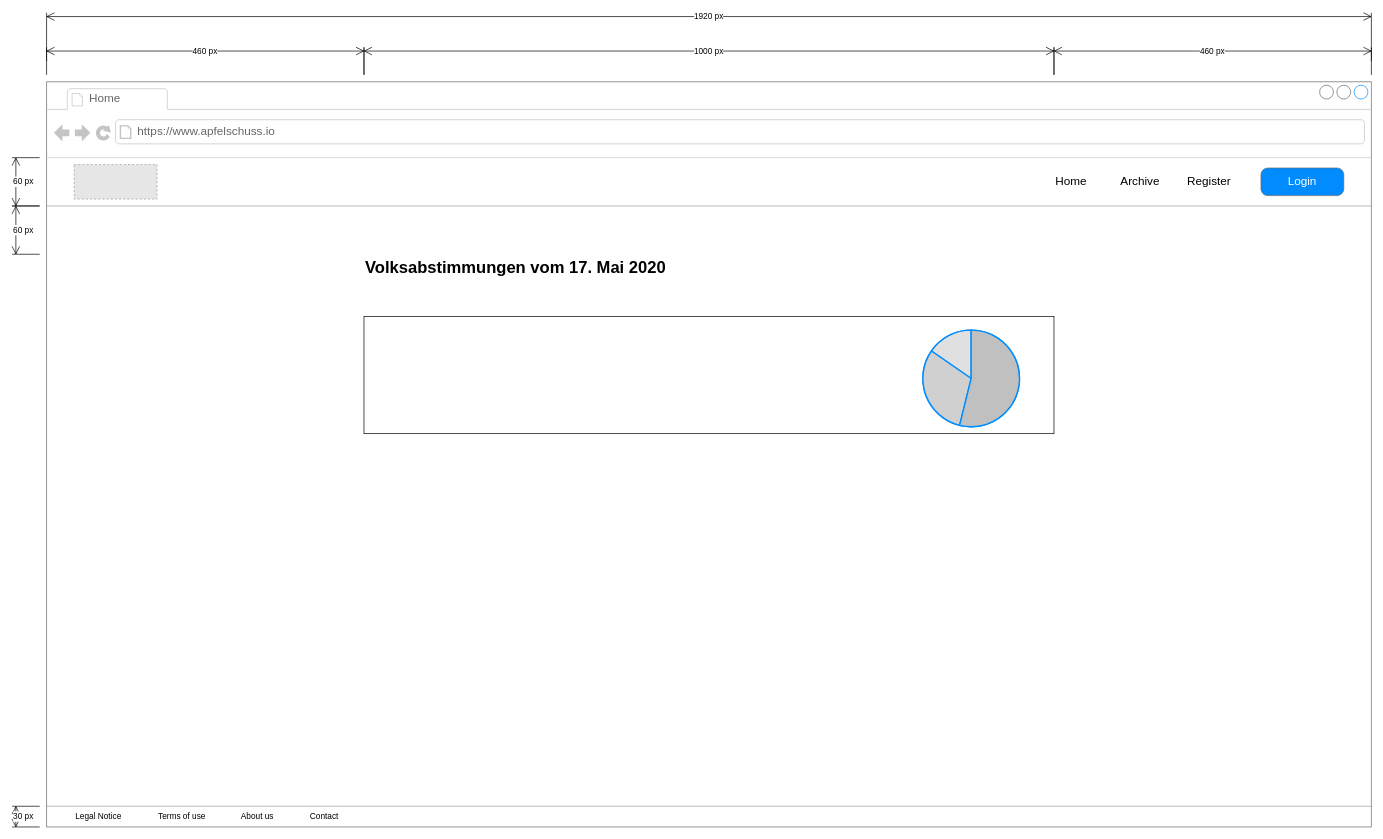
This is source/home.drawio from Apfelschuss/apfelschuss-wireframes, a draw.io file, before an edit. Source tidied: cells renumbered, new cells numbered last; positions are measured from the earlier drawing's top-left corner, leaving out a move shared by most shapes. Both pictures are drawn from the tidied source at 69%, with x=0, y=0 at pixel (12, 12). Pictures stored in the file or linked from it are replaced by grey dashed boxes.
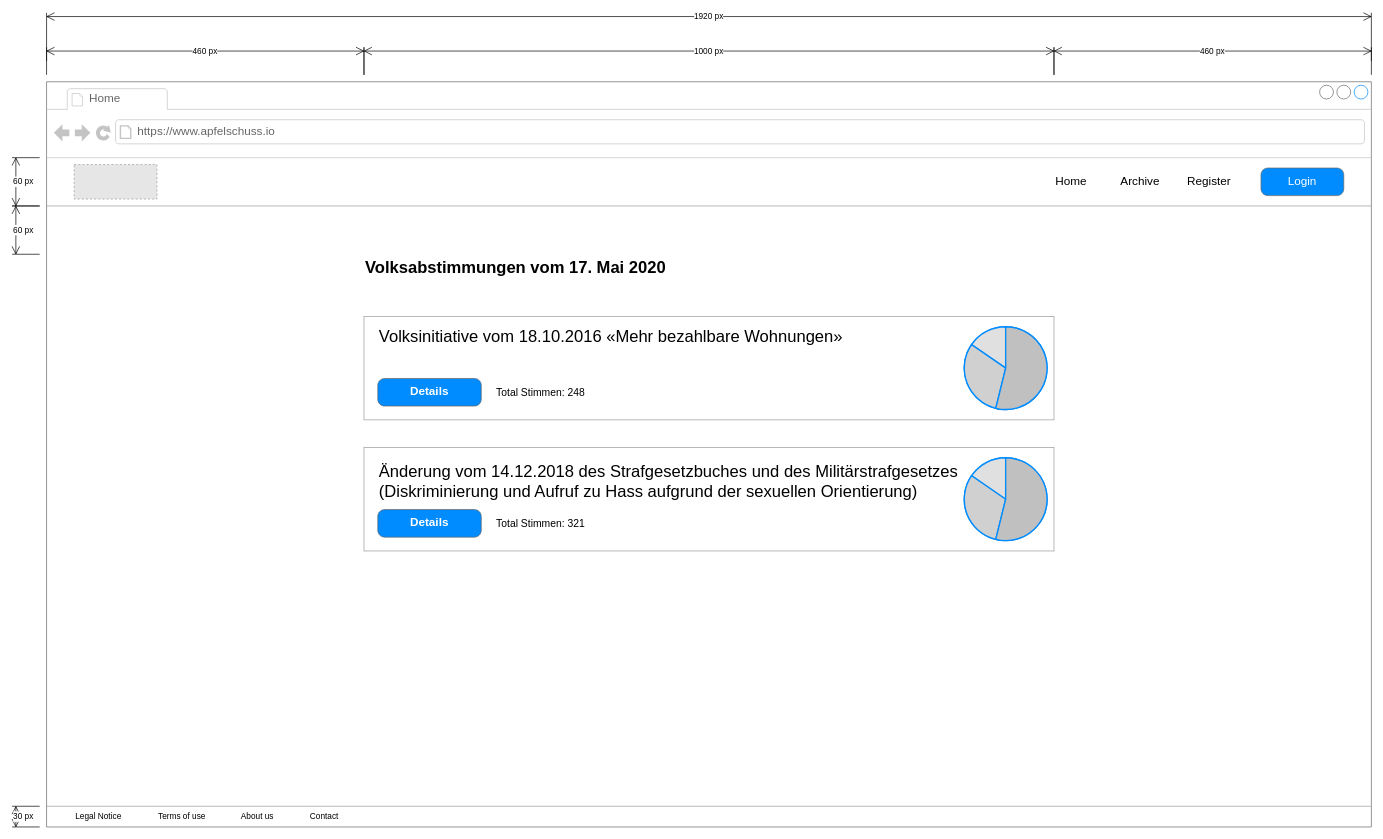
The same page after the edit.

Commit message:
added votes for home

Unchanged cells that the change refers to:
```xml
<mxCell id="2" style="strokeWidth=1;shadow=0;dashed=0;align=center;html=1;shape=mxgraph.mockup.containers.browserWindow;rSize=0;strokeColor=#666666;mainText=,;rounded=0;labelBackgroundColor=none;fontFamily=Verdana;fontSize=12;fillColor=#ffffff;" parent="1" vertex="1">
  <mxGeometry x="50" y="100" width="1920" height="1080" as="geometry" />
</mxCell>
```

The edit, as a diff of the source:
```diff
@@
-    <mxCell id="12" style="rounded=0;whiteSpace=wrap;html=1;" parent="2" vertex="1">
-      <mxGeometry x="460" y="340" width="1000" height="170" as="geometry" />
+    <mxCell id="12" style="rounded=0;whiteSpace=wrap;html=1;strokeColor=#999999;" parent="2" vertex="1">
+      <mxGeometry x="460" y="340" width="1000" height="150" as="geometry" />
     </mxCell>
     <mxCell id="13" style="verticalLabelPosition=bottom;shadow=0;dashed=0;align=center;html=1;verticalAlign=top;strokeWidth=1;shape=mxgraph.mockup.graphics.pieChart;strokeColor=#008cff;parts=10,20,35;partColors=#e0e0e0,#d0d0d0,#c0c0c0,#b0b0b0,#a0a0a0;strokeWidth=2;" parent="2" vertex="1">
-      <mxGeometry x="1270" y="360" width="140" height="140" as="geometry" />
+      <mxGeometry x="1330" y="355" width="120" height="120" as="geometry" />
     </mxCell>
@@
+    <mxCell id="27" value="&lt;font style=&quot;font-size: 24px&quot;&gt;Volksinitiative vom 18.10.2016 «Mehr bezahlbare Wohnungen»&lt;/font&gt;" style="text;html=1;strokeColor=none;fillColor=none;align=left;verticalAlign=middle;whiteSpace=wrap;rounded=0;" parent="2" vertex="1">
+      <mxGeometry x="480" y="360" width="860" height="20" as="geometry" />
+    </mxCell>
+    <mxCell id="28" value="Details" style="strokeWidth=1;shadow=0;dashed=0;align=center;html=1;shape=mxgraph.mockup.buttons.button;strokeColor=#666666;fontColor=#ffffff;mainText=;buttonStyle=round;fontSize=17;fontStyle=1;fillColor=#008cff;whiteSpace=wrap;" parent="2" vertex="1">
+      <mxGeometry x="480" y="430" width="150" height="40" as="geometry" />
+    </mxCell>
+    <mxCell id="29" value="&lt;font style=&quot;font-size: 15px&quot;&gt;Total Stimmen: 248&amp;nbsp;&lt;/font&gt;" style="text;html=1;strokeColor=none;fillColor=none;align=left;verticalAlign=middle;whiteSpace=wrap;rounded=0;" parent="2" vertex="1">
+      <mxGeometry x="650" y="440" width="140" height="20" as="geometry" />
+    </mxCell>
+    <mxCell id="30" style="rounded=0;whiteSpace=wrap;html=1;strokeColor=#999999;" parent="2" vertex="1">
+      <mxGeometry x="460" y="530" width="1000" height="150" as="geometry" />
+    </mxCell>
+    <mxCell id="31" value="&lt;font style=&quot;font-size: 24px&quot;&gt;Änderung vom 14.12.2018 des Strafgesetzbuches und des Militärstrafgesetzes (Diskriminierung und Aufruf zu Hass aufgrund der sexuellen Orientierung)&lt;/font&gt;" style="text;html=1;strokeColor=none;fillColor=none;align=left;verticalAlign=middle;whiteSpace=wrap;rounded=0;" parent="2" vertex="1">
+      <mxGeometry x="480" y="550" width="860" height="60" as="geometry" />
+    </mxCell>
+    <mxCell id="32" style="verticalLabelPosition=bottom;shadow=0;dashed=0;align=center;html=1;verticalAlign=top;strokeWidth=1;shape=mxgraph.mockup.graphics.pieChart;strokeColor=#008cff;parts=10,20,35;partColors=#e0e0e0,#d0d0d0,#c0c0c0,#b0b0b0,#a0a0a0;strokeWidth=2;" parent="2" vertex="1">
+      <mxGeometry x="1330" y="545" width="120" height="120" as="geometry" />
+    </mxCell>
+    <mxCell id="33" value="Details" style="strokeWidth=1;shadow=0;dashed=0;align=center;html=1;shape=mxgraph.mockup.buttons.button;strokeColor=#666666;fontColor=#ffffff;mainText=;buttonStyle=round;fontSize=17;fontStyle=1;fillColor=#008cff;whiteSpace=wrap;" parent="2" vertex="1">
+      <mxGeometry x="480" y="620" width="150" height="40" as="geometry" />
+    </mxCell>
+    <mxCell id="34" value="&lt;font style=&quot;font-size: 15px&quot;&gt;Total Stimmen: 321&amp;nbsp;&lt;/font&gt;" style="text;html=1;strokeColor=none;fillColor=none;align=left;verticalAlign=middle;whiteSpace=wrap;rounded=0;" parent="2" vertex="1">
+      <mxGeometry x="650" y="630" width="140" height="20" as="geometry" />
+    </mxCell>
```
